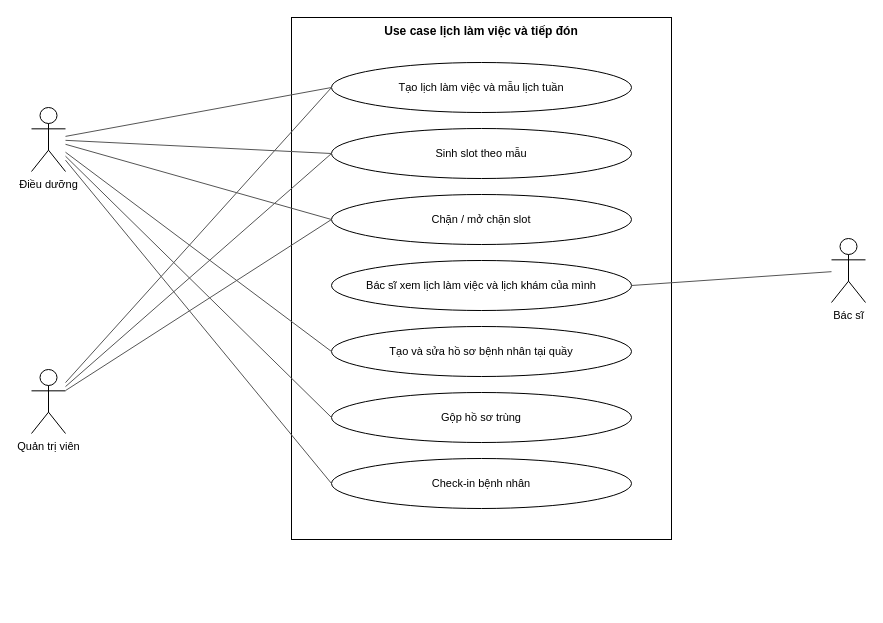
The draw.io diagram page "Use case lịch làm việc và tiếp đón" (2 of 6) of docs/02-requirements/srs/dist/diagrams/04-use-case-diagrams.drawio in viethung12062005/smart-hospital-platform, before the edit. Source tidied: cells renumbered, new cells numbered last; positions are measured from the earlier drawing's top-left corner, leaving out a move shared by most shapes. Both pictures are drawn from the tidied source at 100%, with x=0, y=0 at pixel (31, 17).
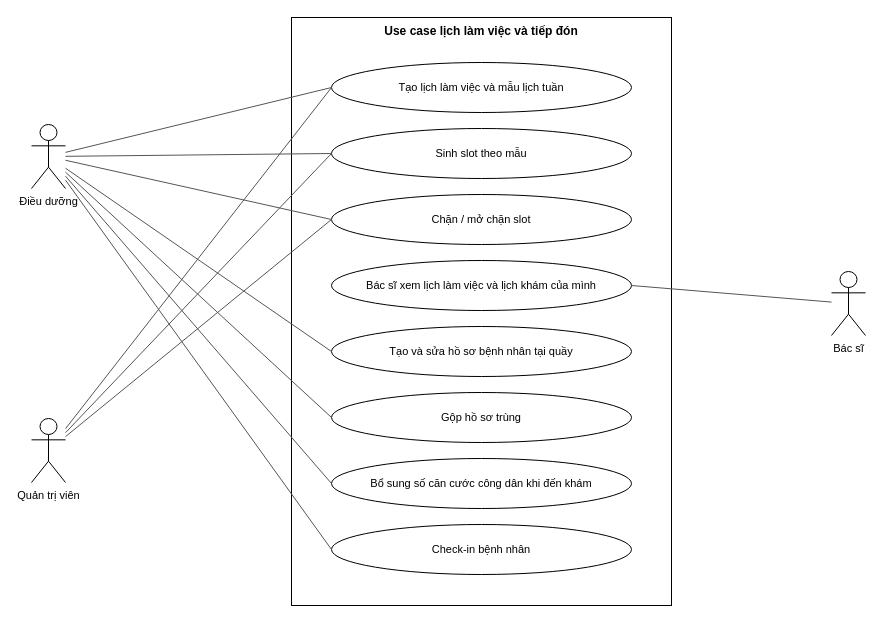
The same diagram, later.

The change refers to these unchanged cells:
```xml
<mxCell id="3" value="Tạo lịch làm việc và mẫu lịch tuần" style="ellipse;whiteSpace=wrap;html=1;fontSize=11;" parent="1" vertex="1">
  <mxGeometry x="300" y="45" width="300" height="50" as="geometry" />
</mxCell>
<mxCell id="4" value="Sinh slot theo mẫu" style="ellipse;whiteSpace=wrap;html=1;fontSize=11;" parent="1" vertex="1">
  <mxGeometry x="300" y="111" width="300" height="50" as="geometry" />
</mxCell>
<mxCell id="5" value="Chặn / mở chặn slot" style="ellipse;whiteSpace=wrap;html=1;fontSize=11;" parent="1" vertex="1">
  <mxGeometry x="300" y="177" width="300" height="50" as="geometry" />
</mxCell>
<mxCell id="6" value="Bác sĩ xem lịch làm việc và lịch khám của mình" style="ellipse;whiteSpace=wrap;html=1;fontSize=11;" parent="1" vertex="1">
  <mxGeometry x="300" y="243" width="300" height="50" as="geometry" />
</mxCell>
<mxCell id="7" value="Tạo và sửa hồ sơ bệnh nhân tại quầy" style="ellipse;whiteSpace=wrap;html=1;fontSize=11;" parent="1" vertex="1">
  <mxGeometry x="300" y="309" width="300" height="50" as="geometry" />
</mxCell>
<mxCell id="8" value="Gộp hồ sơ trùng" style="ellipse;whiteSpace=wrap;html=1;fontSize=11;" parent="1" vertex="1">
  <mxGeometry x="300" y="375" width="300" height="50" as="geometry" />
</mxCell>
```

Diff of the diagram source:
```diff
@@
     <mxCell id="2" value="&lt;b&gt;Use case lịch làm việc và tiếp đón&lt;/b&gt;" style="rounded=0;whiteSpace=wrap;html=1;verticalAlign=top;fillColor=none;" parent="1" vertex="1">
-      <mxGeometry x="260" width="380" height="522" as="geometry" />
+      <mxGeometry x="260" width="380" height="588" as="geometry" />
     </mxCell>
@@
-    <mxCell id="9" value="Check-in bệnh nhân" style="ellipse;whiteSpace=wrap;html=1;fontSize=11;" parent="1" vertex="1">
+    <mxCell id="9" value="Bổ sung số căn cước công dân khi đến khám" style="ellipse;whiteSpace=wrap;html=1;fontSize=11;" parent="1" vertex="1">
       <mxGeometry x="300" y="441" width="300" height="50" as="geometry" />
     </mxCell>
-    <mxCell id="10" value="Điều dưỡng" style="shape=umlActor;verticalLabelPosition=bottom;verticalAlign=top;html=1;outlineConnect=0;fontSize=11;" parent="1" vertex="1">
-      <mxGeometry y="90" width="34" height="64" as="geometry" />
+    <mxCell id="10" value="Check-in bệnh nhân" style="ellipse;whiteSpace=wrap;html=1;fontSize=11;" parent="1" vertex="1">
+      <mxGeometry x="300" y="507" width="300" height="50" as="geometry" />
     </mxCell>
-    <mxCell id="11" value="Quản trị viên" style="shape=umlActor;verticalLabelPosition=bottom;verticalAlign=top;html=1;outlineConnect=0;fontSize=11;" parent="1" vertex="1">
-      <mxGeometry y="352" width="34" height="64" as="geometry" />
+    <mxCell id="11" value="Điều dưỡng" style="shape=umlActor;verticalLabelPosition=bottom;verticalAlign=top;html=1;outlineConnect=0;fontSize=11;" parent="1" vertex="1">
+      <mxGeometry y="107" width="34" height="64" as="geometry" />
     </mxCell>
-    <mxCell id="12" value="Bác sĩ" style="shape=umlActor;verticalLabelPosition=bottom;verticalAlign=top;html=1;outlineConnect=0;fontSize=11;" parent="1" vertex="1">
-      <mxGeometry x="800" y="221" width="34" height="64" as="geometry" />
+    <mxCell id="12" value="Quản trị viên" style="shape=umlActor;verticalLabelPosition=bottom;verticalAlign=top;html=1;outlineConnect=0;fontSize=11;" parent="1" vertex="1">
+      <mxGeometry y="401" width="34" height="64" as="geometry" />
     </mxCell>
-    <mxCell id="13" style="endArrow=none;html=1;rounded=0;strokeColor=#555555;entryDx=0;entryDy=0;entryX=0;entryY=0.5;" parent="1" edge="1" source="10" target="3">
-      <mxGeometry relative="1" as="geometry" />
+    <mxCell id="13" value="Bác sĩ" style="shape=umlActor;verticalLabelPosition=bottom;verticalAlign=top;html=1;outlineConnect=0;fontSize=11;" parent="1" vertex="1">
+      <mxGeometry x="800" y="254" width="34" height="64" as="geometry" />
     </mxCell>
@@
-    <mxCell id="15" style="endArrow=none;html=1;rounded=0;strokeColor=#555555;entryDx=0;entryDy=0;entryX=0;entryY=0.5;" parent="1" edge="1" source="10" target="4">
+    <mxCell id="15" style="endArrow=none;html=1;rounded=0;strokeColor=#555555;entryDx=0;entryDy=0;entryX=0;entryY=0.5;" parent="1" edge="1" source="12" target="3">
       <mxGeometry relative="1" as="geometry" />
     </mxCell>
@@
-    <mxCell id="17" style="endArrow=none;html=1;rounded=0;strokeColor=#555555;entryDx=0;entryDy=0;entryX=0;entryY=0.5;" parent="1" edge="1" source="10" target="5">
+    <mxCell id="17" style="endArrow=none;html=1;rounded=0;strokeColor=#555555;entryDx=0;entryDy=0;entryX=0;entryY=0.5;" parent="1" edge="1" source="12" target="4">
       <mxGeometry relative="1" as="geometry" />
     </mxCell>
@@
-    <mxCell id="19" style="endArrow=none;html=1;rounded=0;strokeColor=#555555;entryDx=0;entryDy=0;entryX=1;entryY=0.5;" parent="1" edge="1" source="12" target="6">
+    <mxCell id="19" style="endArrow=none;html=1;rounded=0;strokeColor=#555555;entryDx=0;entryDy=0;entryX=0;entryY=0.5;" parent="1" edge="1" source="12" target="5">
       <mxGeometry relative="1" as="geometry" />
     </mxCell>
-    <mxCell id="20" style="endArrow=none;html=1;rounded=0;strokeColor=#555555;entryDx=0;entryDy=0;entryX=0;entryY=0.5;" parent="1" edge="1" source="10" target="7">
+    <mxCell id="20" style="endArrow=none;html=1;rounded=0;strokeColor=#555555;entryDx=0;entryDy=0;entryX=1;entryY=0.5;" parent="1" edge="1" source="13" target="6">
       <mxGeometry relative="1" as="geometry" />
     </mxCell>
-    <mxCell id="21" style="endArrow=none;html=1;rounded=0;strokeColor=#555555;entryDx=0;entryDy=0;entryX=0;entryY=0.5;" parent="1" edge="1" source="10" target="8">
+    <mxCell id="21" style="endArrow=none;html=1;rounded=0;strokeColor=#555555;entryDx=0;entryDy=0;entryX=0;entryY=0.5;" parent="1" edge="1" source="11" target="7">
       <mxGeometry relative="1" as="geometry" />
     </mxCell>
-    <mxCell id="22" style="endArrow=none;html=1;rounded=0;strokeColor=#555555;entryDx=0;entryDy=0;entryX=0;entryY=0.5;" parent="1" edge="1" source="10" target="9">
+    <mxCell id="22" style="endArrow=none;html=1;rounded=0;strokeColor=#555555;entryDx=0;entryDy=0;entryX=0;entryY=0.5;" parent="1" edge="1" source="11" target="8">
       <mxGeometry relative="1" as="geometry" />
     </mxCell>
+    <mxCell id="23" style="endArrow=none;html=1;rounded=0;strokeColor=#555555;entryDx=0;entryDy=0;entryX=0;entryY=0.5;" parent="1" edge="1" source="11" target="10">
+      <mxGeometry relative="1" as="geometry" />
+    </mxCell>
+    <mxCell id="24" style="endArrow=none;html=1;rounded=0;strokeColor=#555555;entryDx=0;entryDy=0;entryX=0;entryY=0.5;" parent="1" edge="1" source="11" target="9">
+      <mxGeometry relative="1" as="geometry" />
+    </mxCell>
```
